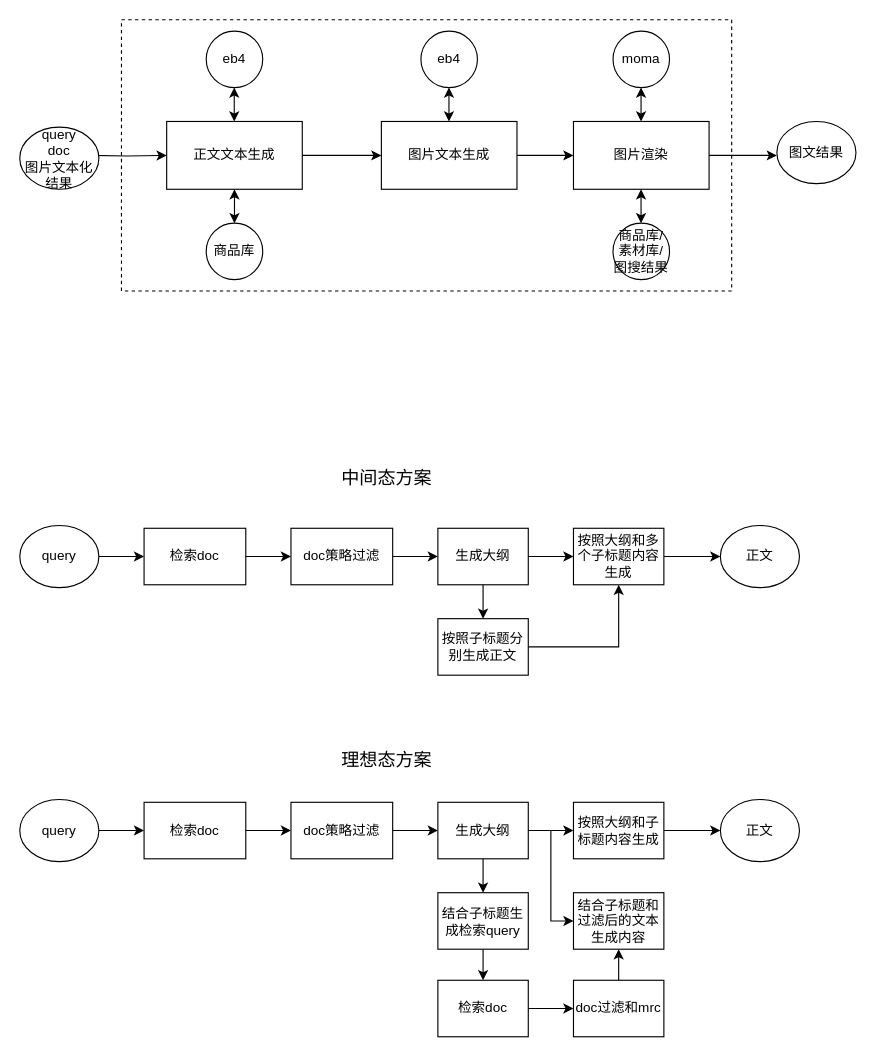
2018liuyan/one keeps this draw.io diagram as 秒笔.drawio. Above is the earlier version. Source tidied: cells renumbered, new cells numbered last; positions are measured from the earlier drawing's top-left corner, leaving out a move shared by most shapes. Both pictures are drawn from the tidied source at 113%, with x=0, y=0 at pixel (19, 19).
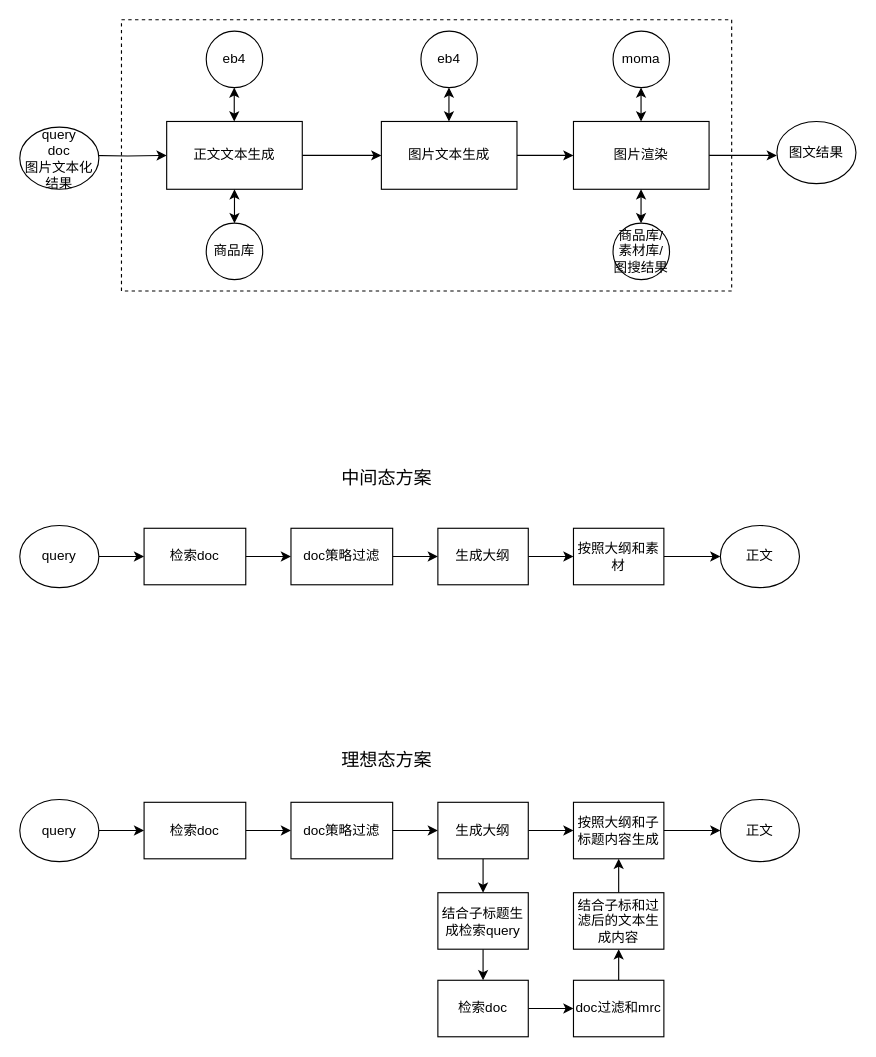
After the change.

Unchanged cells that the change refers to:
```xml
<mxCell id="30" value="生成大纲" style="rounded=0;whiteSpace=wrap;html=1;" parent="1" vertex="1">
  <mxGeometry x="370" y="450" width="80" height="50" as="geometry" />
</mxCell>
<mxCell id="47" value="生成大纲" style="rounded=0;whiteSpace=wrap;html=1;" parent="1" vertex="1">
  <mxGeometry x="370" y="692.5" width="80" height="50" as="geometry" />
</mxCell>
<mxCell id="51" value="按照大纲和子标题内容生成" style="rounded=0;whiteSpace=wrap;html=1;" parent="1" vertex="1">
  <mxGeometry x="490" y="692.5" width="80" height="50" as="geometry" />
</mxCell>
```

Diff of the diagram source:
```diff
@@
-    <mxCell id="28" style="edgeStyle=orthogonalEdgeStyle;rounded=0;jettySize=auto;html=1;" parent="1" edge="1" source="30" target="32">
-      <mxGeometry relative="1" as="geometry" />
-    </mxCell>
@@
-    <mxCell id="31" style="edgeStyle=orthogonalEdgeStyle;rounded=0;jettySize=auto;html=1;" parent="1" edge="1" source="32" target="34">
-      <mxGeometry relative="1" as="geometry" />
-    </mxCell>
-    <mxCell id="32" value="按照子标题分别生成正文" style="rounded=0;whiteSpace=wrap;html=1;" parent="1" vertex="1">
-      <mxGeometry x="370" y="530" width="80" height="50" as="geometry" />
-    </mxCell>
@@
-    <mxCell id="34" value="按照大纲和多个子标题内容生成" style="rounded=0;whiteSpace=wrap;html=1;" parent="1" vertex="1">
+    <mxCell id="34" value="按照大纲和素材" style="rounded=0;whiteSpace=wrap;html=1;" parent="1" vertex="1">
       <mxGeometry x="490" y="450" width="80" height="50" as="geometry" />
     </mxCell>
@@
-    <mxCell id="46" style="edgeStyle=orthogonalEdgeStyle;rounded=0;jettySize=auto;html=1;entryX=0;entryY=0.5;entryDx=0;entryDy=0;" parent="1" edge="1" source="47" target="57">
-      <mxGeometry relative="1" as="geometry">
-        <Array as="points">
-          <mxPoint x="470" y="718" />
-          <mxPoint x="470" y="798" />
-        </Array>
-      </mxGeometry>
-    </mxCell>
@@
+    <mxCell id="58" style="edgeStyle=orthogonalEdgeStyle;rounded=0;jettySize=auto;html=1;" parent="1" edge="1" source="57" target="51">
+      <mxGeometry relative="1" as="geometry" />
+    </mxCell>
-    <mxCell id="57" value="结合子标题和过滤后的文本生成内容" style="rounded=0;whiteSpace=wrap;html=1;" parent="1" vertex="1">
+    <mxCell id="57" value="结合子标和过滤后的文本生成内容" style="rounded=0;whiteSpace=wrap;html=1;" parent="1" vertex="1">
       <mxGeometry x="490" y="772.5" width="80" height="50" as="geometry" />
     </mxCell>
```
